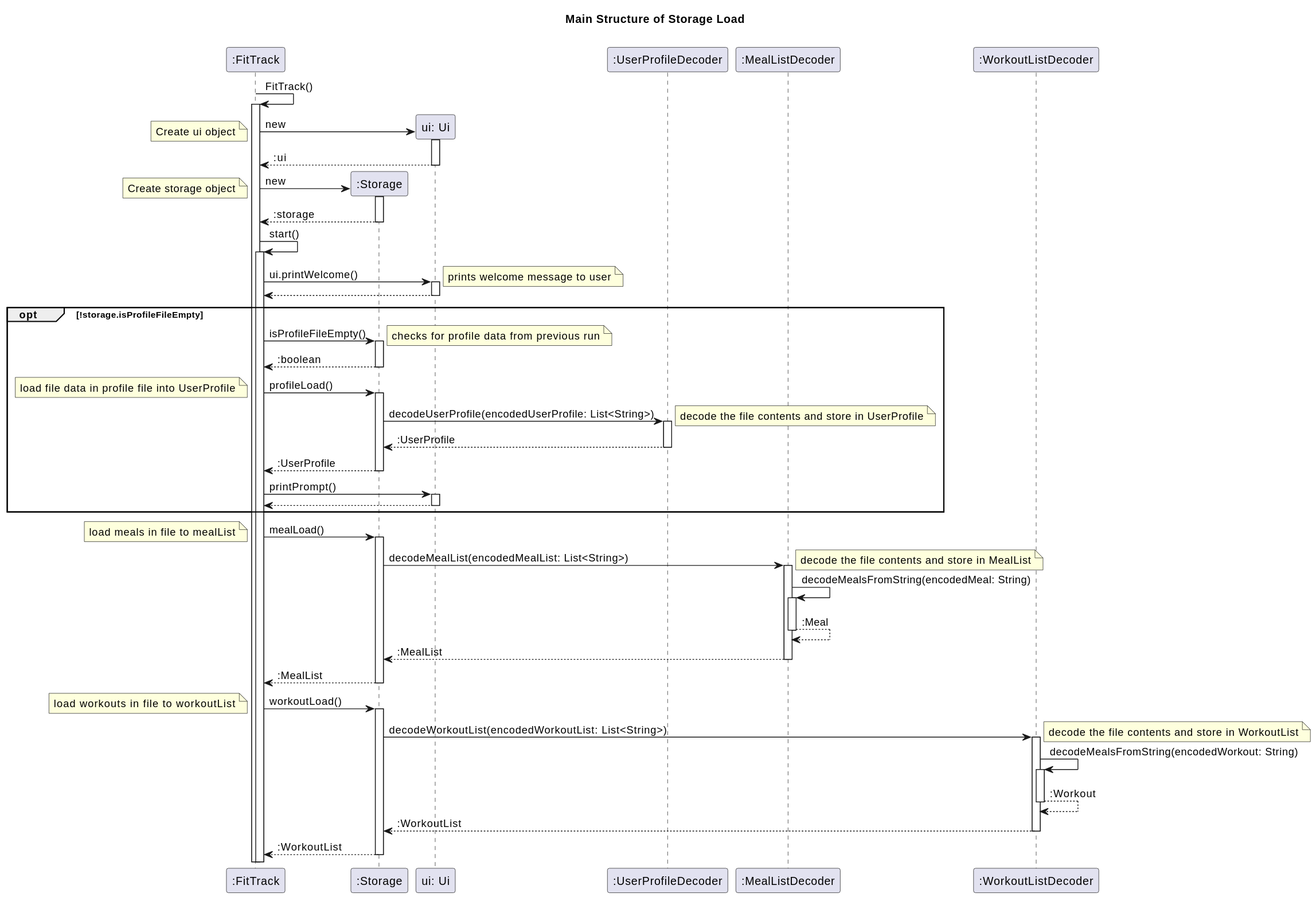
This is docs/images/StorageLoad.svg from nus-cs2113-AY2324S1/tp, a PlantUML export, as it was before one commit. Its diagram source:
```plantuml
@startuml
title Main Structure of Storage Load\n

participant ":FitTrack" as main
participant ":Storage" as storage
participant "ui: Ui" as ui
participant ":UserProfileDecoder" as pDecoder
participant ":MealListDecoder" as mDecoder
participant ":WorkoutListDecoder" as wDecoder

main -> main ++: FitTrack()

create ui
main-> ui ++: new
note left: Create ui object
return :ui

create storage
main -> storage ++: new
note left: Create storage object
return :storage

main -> main ++: start()
main -> ui ++: ui.printWelcome()
note right: prints welcome message to user
return

group opt [!storage.isProfileFileEmpty]
    main -> storage ++: isProfileFileEmpty()
    note right: checks for profile data from previous run
    return :boolean

    main -> storage ++: profileLoad()
    note left: load file data in profile file into UserProfile
    storage -> pDecoder ++: decodeUserProfile(encodedUserProfile: List<String>)
    note right: decode the file contents and store in UserProfile
    return :UserProfile
    return :UserProfile

    main -> ui ++: printPrompt()
    return
end

main -> storage ++: mealLoad()
note left: load meals in file to mealList
storage -> mDecoder ++: decodeMealList(encodedMealList: List<String>)
note right: decode the file contents and store in MealList
mDecoder -> mDecoder ++: decodeMealsFromString(encodedMeal: String)
return :Meal
return :MealList
return :MealList

main -> storage ++: workoutLoad()
note left: load workouts in file to workoutList
storage -> wDecoder ++: decodeWorkoutList(encodedWorkoutList: List<String>)
note right: decode the file contents and store in WorkoutList
wDecoder -> wDecoder ++: decodeMealsFromString(encodedWorkout: String)
return :Workout
return :WorkoutList
return :WorkoutList
@enduml
```
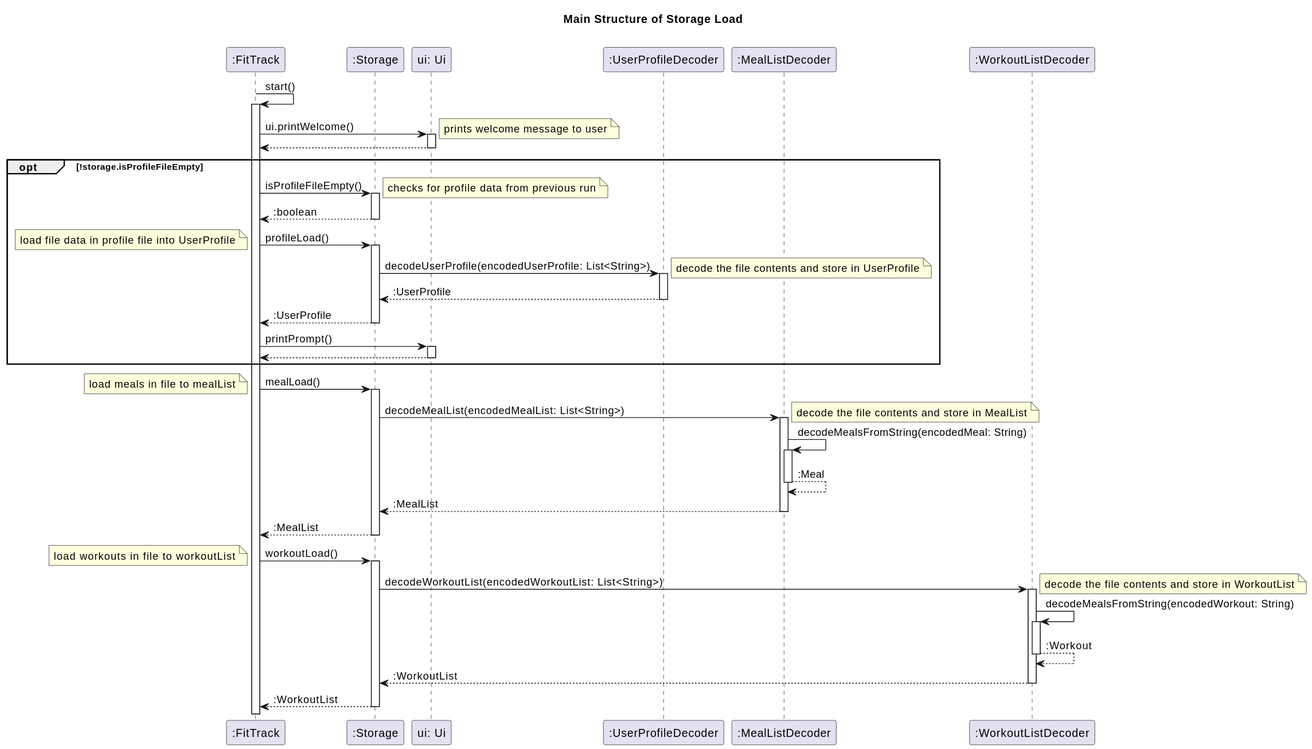
The same diagram one commit later.

Commit message:
Update sequence diagram

The edit, as a diff of the source:
```diff
@@ -7,18 +7,6 @@
 participant ":UserProfileDecoder" as pDecoder
 participant ":MealListDecoder" as mDecoder
 participant ":WorkoutListDecoder" as wDecoder
-
-main -> main ++: FitTrack()
-
-create ui
-main-> ui ++: new
-note left: Create ui object
-return :ui
-
-create storage
-main -> storage ++: new
-note left: Create storage object
-return :storage
 
 main -> main ++: start()
 main -> ui ++: ui.printWelcome()
```
